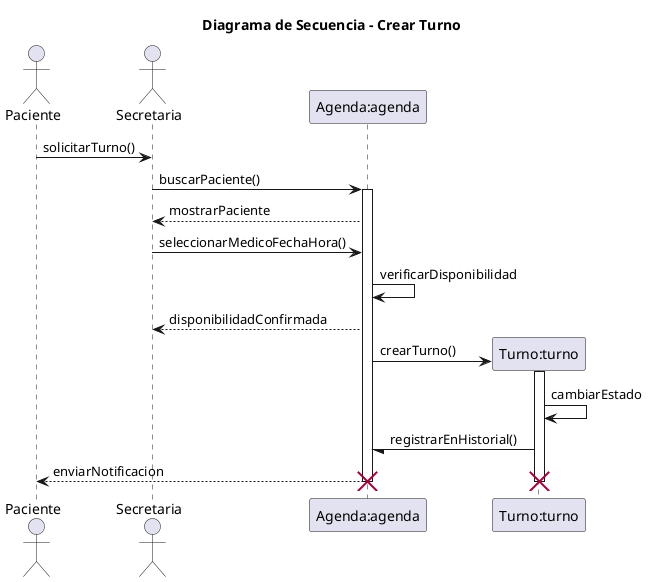
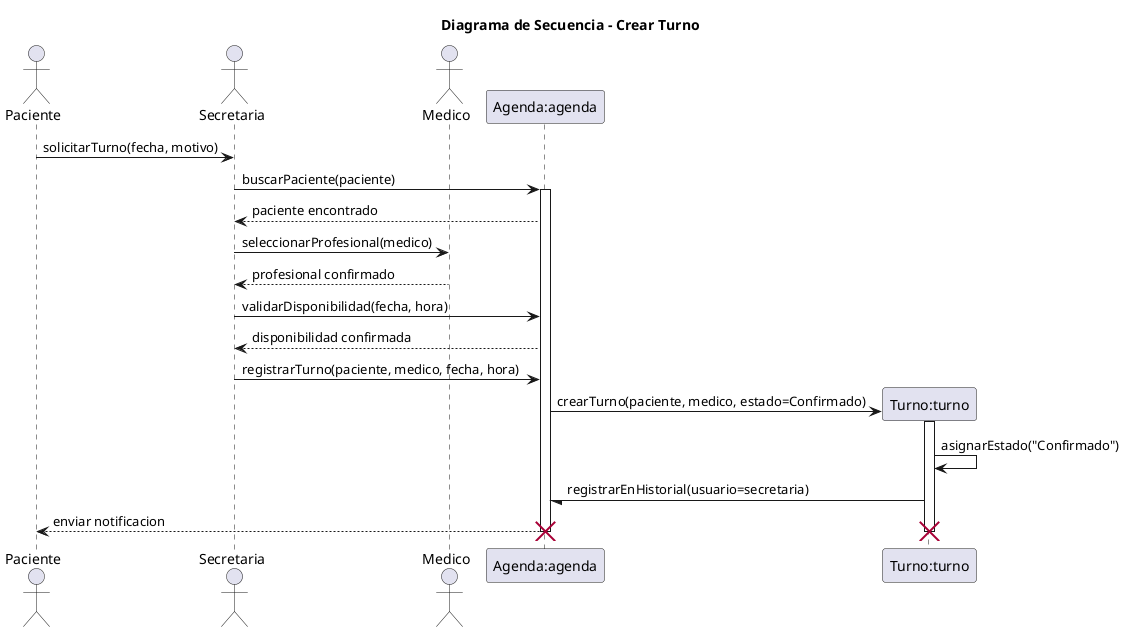
@startuml 05-secuencia-crear-turno-01

title Diagrama de Secuencia - Crear Turno
- ' Nombre del escenario: Crear Turno - Flujo Principal
- ' Archivo: diagramas/03-escenarios-casos-de-uso/03-crear-turno-flujo-principal.md
- ' Objetivo: Representar la creación exitosa de un turno de control médico, involucrando secretaria, paciente y sistema, basado en responsabilidades de CRC (Secretaria gestiona turnos, Agenda registra disponibilidad, Turno asigna a paciente y médico).

actor Paciente as paciente
actor Secretaria as secretaria
+ actor Medico as medico
+ 
participant "Agenda:agenda" as agenda
participant "Turno:turno" as turno

- paciente -> secretaria: solicitarTurno()
+ paciente -> secretaria: solicitarTurno(fecha, motivo)
+ secretaria -> agenda: buscarPaciente(paciente)

- secretaria -> agenda: buscarPaciente()
activate agenda

- agenda --> secretaria: mostrarPaciente
- secretaria -> agenda: seleccionarMedicoFechaHora()
- 
- agenda -> agenda: verificarDisponibilidad
- agenda --> secretaria: disponibilidadConfirmada
+ agenda --> secretaria: paciente encontrado
+ secretaria -> medico: seleccionarProfesional(medico)
+ medico --> secretaria: profesional confirmado
+ secretaria -> agenda: validarDisponibilidad(fecha, hora)
+ agenda --> secretaria: disponibilidad confirmada
+ secretaria -> agenda: registrarTurno(paciente, medico, fecha, hora)

create turno
- agenda -> turno: crearTurno()
+ 
+ agenda -> turno: crearTurno(paciente, medico, estado=Confirmado)
+ 
activate turno

- turno -> turno: cambiarEstado
- turno -/ agenda: registrarEnHistorial()
- 
- agenda --> paciente: enviarNotificacion
+ turno -> turno: asignarEstado("Confirmado")
+ turno -/ agenda: registrarEnHistorial(usuario=secretaria)
+ agenda --> paciente: enviar notificacion

deactivate turno
+ destroy turno
+ 
deactivate agenda
- 
- destroy turno
destroy agenda

@enduml